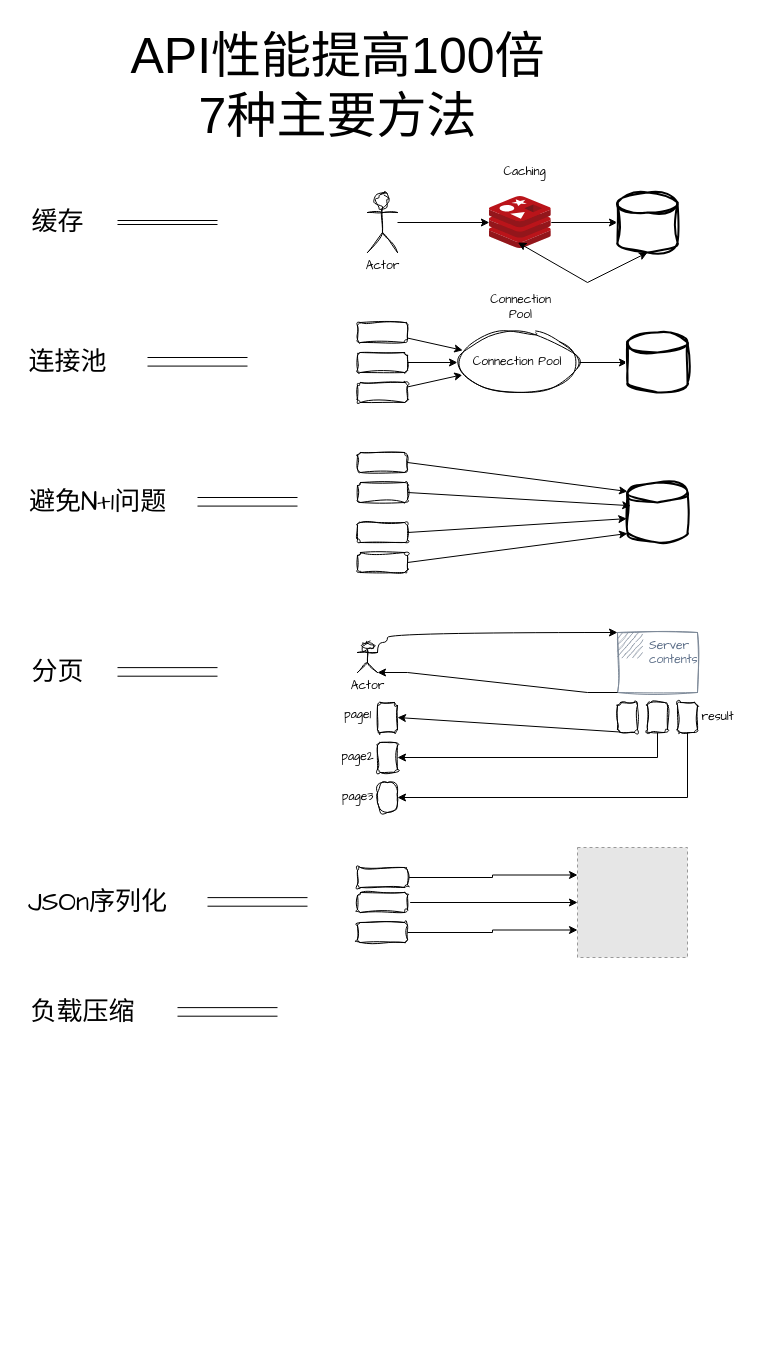
This is image-text/API性能提升100倍_7种主要方法.drawio from Rodert/javapub_oss, a draw.io file, before an edit. Source tidied: cells renumbered, new cells numbered last; positions are measured from the earlier drawing's top-left corner, leaving out a move shared by most shapes. Both pictures are drawn from the tidied source at 100%, with x=0, y=0 at pixel (17, 17). Pictures stored in the file or linked from it are replaced by grey dashed boxes.
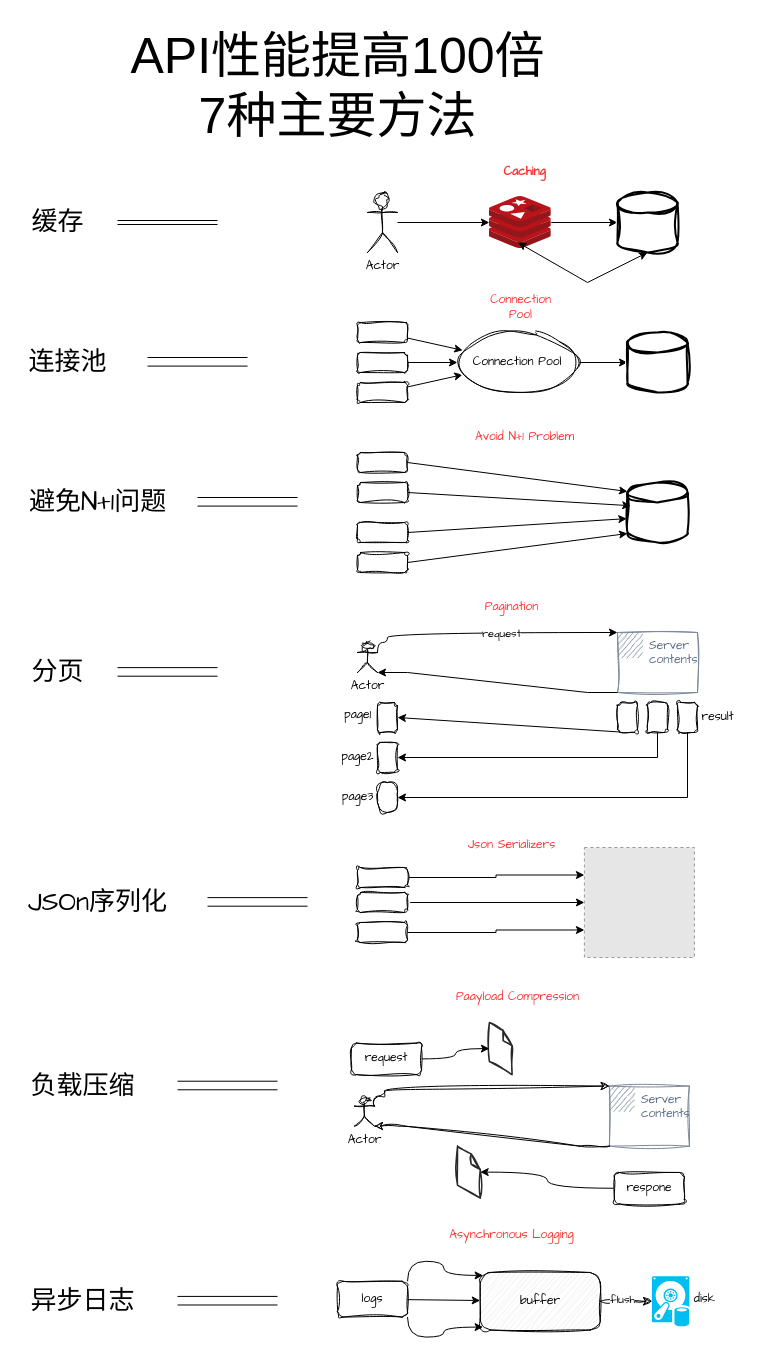
The same diagram, later.

Commit message (it also covers changes not shown here):
更新API性能提升100倍_7种主要方法.drawio

Unchanged cells that the change refers to:
```xml
<mxCell id="37" style="edgeStyle=orthogonalEdgeStyle;rounded=0;hachureGap=4;jettySize=auto;html=1;exitX=1;exitY=0.3333333333333333;exitDx=0;exitDy=0;exitPerimeter=0;entryX=0;entryY=0;entryDx=0;entryDy=0;fontFamily=Architects Daughter;flowAnimation=1;curved=1;" parent="1" edge="1" source="38" target="39">
  <mxGeometry relative="1" as="geometry">
    <Array as="points">
      <mxPoint x="360" y="625" />
      <mxPoint x="370" y="625" />
      <mxPoint x="370" y="615" />
    </Array>
  </mxGeometry>
</mxCell>
```

Diff of the diagram source:
```diff
@@
-    <mxCell id="12" value="Caching" style="text;html=1;align=center;verticalAlign=middle;strokeColor=none;fillColor=none;fontFamily=Architects Daughter;" parent="1" vertex="1">
+    <mxCell id="12" value="&lt;b&gt;&lt;font color=&quot;#ff3333&quot;&gt;Caching&lt;/font&gt;&lt;/b&gt;" style="text;html=1;align=center;verticalAlign=middle;strokeColor=none;fillColor=none;fontFamily=Architects Daughter;" parent="1" vertex="1">
       <mxGeometry x="471.9" y="140" width="70" height="30" as="geometry" />
     </mxCell>
@@
-    <mxCell id="23" value="&lt;span style=&quot;text-wrap-mode: wrap;&quot;&gt;Connection Pool&lt;/span&gt;" style="text;html=1;align=center;verticalAlign=middle;strokeColor=none;fillColor=none;fontFamily=Architects Daughter;" parent="1" vertex="1">
+    <mxCell id="23" value="&lt;span style=&quot;text-wrap-mode: wrap;&quot;&gt;&lt;font color=&quot;#ff3333&quot;&gt;Connection Pool&lt;/font&gt;&lt;/span&gt;" style="text;html=1;align=center;verticalAlign=middle;strokeColor=none;fillColor=none;fontFamily=Architects Daughter;" parent="1" vertex="1">
       <mxGeometry x="447.9" y="275" width="110" height="30" as="geometry" />
     </mxCell>
@@
+    <mxCell id="65" value="request" style="edgeLabel;html=1;align=center;verticalAlign=middle;sketch=1;hachureGap=4;jiggle=2;curveFitting=1;fontFamily=Architects Daughter;" parent="37" vertex="1">
+      <mxGeometry x="0.03" y="-3" relative="1" as="geometry">
+        <mxPoint x="9" y="-3" as="offset" />
+      </mxGeometry>
+    </mxCell>
@@
     <mxCell id="56" style="fillColor=#E6E6E6;strokeColor=#999999;dashed=1;html=1;verticalAlign=top;verticalLabelPosition=bottom;labelBackgroundColor=#ffffff;fontFamily=Architects Daughter;" parent="1" vertex="1">
-      <mxGeometry x="560" y="830" width="110" height="110" as="geometry" />
+      <mxGeometry x="566.9" y="830" width="110" height="110" as="geometry" />
     </mxCell>
@@
     <mxCell id="63" value="&lt;span style=&quot;font-size: 26px;&quot;&gt;负载压缩&lt;/span&gt;" style="text;html=1;align=center;verticalAlign=middle;strokeColor=none;fillColor=none;fontFamily=Architects Daughter;sketch=1;curveFitting=1;jiggle=2;" parent="1" vertex="1">
-      <mxGeometry y="975" width="130" height="40" as="geometry" />
+      <mxGeometry y="1048.6" width="130" height="40" as="geometry" />
     </mxCell>
     <mxCell id="64" style="shape=link;html=1;rounded=0;hachureGap=4;fontFamily=Architects Daughter;flowAnimation=1;width=8.571428571428573;" parent="1" edge="1">
       <mxGeometry relative="1" as="geometry">
-        <mxPoint x="160" y="994.4" as="sourcePoint" />
-        <mxPoint x="260" y="994.4" as="targetPoint" />
+        <mxPoint x="160" y="1068" as="sourcePoint" />
+        <mxPoint x="260" y="1068" as="targetPoint" />
       </mxGeometry>
     </mxCell>
+    <mxCell id="66" style="verticalLabelPosition=bottom;html=1;verticalAlign=top;strokeWidth=1;align=center;outlineConnect=0;dashed=0;outlineConnect=0;shape=mxgraph.aws3d.file;strokeColor=#292929;sketch=1;hachureGap=4;jiggle=2;curveFitting=1;fontFamily=Architects Daughter;" parent="1" vertex="1">
+      <mxGeometry x="471.9" y="1005" width="22.7" height="52.1" as="geometry" />
+    </mxCell>
+    <mxCell id="67" style="edgeStyle=orthogonalEdgeStyle;rounded=0;hachureGap=4;jettySize=auto;html=1;exitX=1;exitY=0.3333333333333333;exitDx=0;exitDy=0;exitPerimeter=0;entryX=0;entryY=0;entryDx=0;entryDy=0;fontFamily=Architects Daughter;flowAnimation=0;curved=1;sketch=1;curveFitting=1;jiggle=2;" parent="1" edge="1" source="68" target="69">
+      <mxGeometry relative="1" as="geometry">
+        <Array as="points">
+          <mxPoint x="356.9" y="1078.6" />
+          <mxPoint x="366.9" y="1078.6" />
+          <mxPoint x="366.9" y="1068.6" />
+        </Array>
+      </mxGeometry>
+    </mxCell>
+    <mxCell id="68" value="Actor" style="shape=umlActor;verticalLabelPosition=bottom;verticalAlign=top;html=1;outlineConnect=0;sketch=1;hachureGap=4;jiggle=2;curveFitting=1;fontFamily=Architects Daughter;" parent="1" vertex="1">
+      <mxGeometry x="336.9" y="1078.6" width="20" height="30" as="geometry" />
+    </mxCell>
+    <mxCell id="69" value="Server contents" style="points=[[0,0],[0.25,0],[0.5,0],[0.75,0],[1,0],[1,0.25],[1,0.5],[1,0.75],[1,1],[0.75,1],[0.5,1],[0.25,1],[0,1],[0,0.75],[0,0.5],[0,0.25]];outlineConnect=0;gradientColor=none;html=1;whiteSpace=wrap;fontSize=12;fontStyle=0;shape=mxgraph.aws4.group;grIcon=mxgraph.aws4.group_on_premise;strokeColor=#7D8998;fillColor=none;verticalAlign=top;align=left;spacingLeft=30;fontColor=#5A6C86;dashed=0;sketch=1;hachureGap=4;jiggle=2;curveFitting=1;fontFamily=Architects Daughter;" parent="1" vertex="1">
+      <mxGeometry x="591.9" y="1068.6" width="80" height="60" as="geometry" />
+    </mxCell>
+    <mxCell id="70" style="rounded=0;hachureGap=4;jettySize=auto;html=1;exitX=0;exitY=1;exitDx=0;exitDy=0;entryX=1;entryY=1;entryDx=0;entryDy=0;entryPerimeter=0;fontFamily=Architects Daughter;flowAnimation=0;edgeStyle=entityRelationEdgeStyle;sketch=1;curveFitting=1;jiggle=2;" parent="1" edge="1" source="69" target="68">
+      <mxGeometry relative="1" as="geometry" />
+    </mxCell>
+    <mxCell id="71" style="edgeStyle=orthogonalEdgeStyle;rounded=0;hachureGap=4;jettySize=auto;html=1;fontFamily=Architects Daughter;curved=1;flowAnimation=1;" parent="1" edge="1" source="72" target="66">
+      <mxGeometry relative="1" as="geometry" />
+    </mxCell>
+    <mxCell id="72" value="request" style="rounded=1;whiteSpace=wrap;html=1;sketch=1;hachureGap=4;jiggle=2;curveFitting=1;fontFamily=Architects Daughter;" parent="1" vertex="1">
+      <mxGeometry x="334" y="1025.6" width="70" height="31.5" as="geometry" />
+    </mxCell>
+    <mxCell id="73" style="edgeStyle=orthogonalEdgeStyle;rounded=0;hachureGap=4;jettySize=auto;html=1;exitX=0;exitY=0.5;exitDx=0;exitDy=0;fontFamily=Architects Daughter;curved=1;flowAnimation=1;" parent="1" edge="1" source="74" target="75">
+      <mxGeometry relative="1" as="geometry" />
+    </mxCell>
+    <mxCell id="74" value="respone" style="rounded=1;whiteSpace=wrap;html=1;sketch=1;hachureGap=4;jiggle=2;curveFitting=1;fontFamily=Architects Daughter;" parent="1" vertex="1">
+      <mxGeometry x="596.9" y="1155" width="70" height="31.5" as="geometry" />
+    </mxCell>
+    <mxCell id="75" style="verticalLabelPosition=bottom;html=1;verticalAlign=top;strokeWidth=1;align=center;outlineConnect=0;dashed=0;outlineConnect=0;shape=mxgraph.aws3d.file;strokeColor=#292929;sketch=1;hachureGap=4;jiggle=2;curveFitting=1;fontFamily=Architects Daughter;" parent="1" vertex="1">
+      <mxGeometry x="440" y="1128.6" width="22.7" height="52.1" as="geometry" />
+    </mxCell>
+    <mxCell id="76" value="&lt;span style=&quot;font-size: 26px;&quot;&gt;异步日志&lt;/span&gt;" style="text;html=1;align=center;verticalAlign=middle;strokeColor=none;fillColor=none;fontFamily=Architects Daughter;sketch=1;curveFitting=1;jiggle=2;" parent="1" vertex="1">
+      <mxGeometry y="1263.8" width="130" height="40" as="geometry" />
+    </mxCell>
+    <mxCell id="77" style="shape=link;html=1;rounded=0;hachureGap=4;fontFamily=Architects Daughter;flowAnimation=1;width=8.571428571428573;" parent="1" edge="1">
+      <mxGeometry relative="1" as="geometry">
+        <mxPoint x="160" y="1283.2" as="sourcePoint" />
+        <mxPoint x="260" y="1283.2" as="targetPoint" />
+      </mxGeometry>
+    </mxCell>
+    <mxCell id="78" style="rounded=0;hachureGap=4;jettySize=auto;html=1;fontFamily=Architects Daughter;flowAnimation=1;" parent="1" edge="1" source="79" target="82">
+      <mxGeometry relative="1" as="geometry" />
+    </mxCell>
+    <mxCell id="79" value="logs" style="rounded=1;whiteSpace=wrap;html=1;sketch=1;hachureGap=4;jiggle=2;curveFitting=1;fontFamily=Architects Daughter;" parent="1" vertex="1">
+      <mxGeometry x="320" y="1263.8" width="70" height="35.8" as="geometry" />
+    </mxCell>
+    <mxCell id="80" style="edgeStyle=orthogonalEdgeStyle;rounded=0;sketch=1;hachureGap=4;jiggle=2;curveFitting=1;jettySize=auto;html=1;fontFamily=Architects Daughter;" parent="1" edge="1" source="82" target="83">
+      <mxGeometry relative="1" as="geometry" />
+    </mxCell>
+    <mxCell id="81" value="flush" style="edgeLabel;html=1;align=center;verticalAlign=middle;sketch=1;hachureGap=4;jiggle=2;curveFitting=1;fontFamily=Architects Daughter;" parent="80" vertex="1">
+      <mxGeometry x="-0.12" y="2" relative="1" as="geometry">
+        <mxPoint x="-1" as="offset" />
+      </mxGeometry>
+    </mxCell>
+    <mxCell id="82" value="buffer" style="html=1;outlineConnect=0;whiteSpace=wrap;fillColor=#EBEBEB;shape=mxgraph.archimate3.application;appType=generic;archiType=rounded;sketch=1;hachureGap=4;jiggle=2;curveFitting=1;fontFamily=Architects Daughter;" parent="1" vertex="1">
+      <mxGeometry x="462.7" y="1255" width="120" height="57.5" as="geometry" />
+    </mxCell>
+    <mxCell id="83" style="verticalLabelPosition=bottom;html=1;verticalAlign=top;align=center;strokeColor=none;fillColor=#00BEF2;shape=mxgraph.azure.vhd_data_disk;hachureGap=4;fontFamily=Architects Daughter;" parent="1" vertex="1">
+      <mxGeometry x="634.4" y="1258.8" width="37.5" height="50" as="geometry" />
+    </mxCell>
+    <mxCell id="84" style="rounded=0;hachureGap=4;jettySize=auto;html=1;exitX=1;exitY=0;exitDx=0;exitDy=0;entryX=0;entryY=0;entryDx=2.9;entryDy=2.9;entryPerimeter=0;fontFamily=Architects Daughter;flowAnimation=1;edgeStyle=orthogonalEdgeStyle;curved=1;" parent="1" edge="1" source="79" target="82">
+      <mxGeometry relative="1" as="geometry" />
+    </mxCell>
+    <mxCell id="85" style="edgeStyle=orthogonalEdgeStyle;rounded=0;hachureGap=4;jettySize=auto;html=1;exitX=1;exitY=1;exitDx=0;exitDy=0;entryX=0;entryY=1;entryDx=2.9;entryDy=-2.9;entryPerimeter=0;fontFamily=Architects Daughter;flowAnimation=1;curved=1;" parent="1" edge="1" source="79" target="82">
+      <mxGeometry relative="1" as="geometry" />
+    </mxCell>
+    <mxCell id="86" value="disk" style="text;html=1;align=center;verticalAlign=middle;strokeColor=none;fillColor=none;fontFamily=Architects Daughter;" parent="1" vertex="1">
+      <mxGeometry x="666.9" y="1266.6" width="40" height="30" as="geometry" />
+    </mxCell>
+    <mxCell id="87" value="&lt;font color=&quot;#ff3333&quot;&gt;Avoid N+1 Problem&lt;/font&gt;" style="text;html=1;align=center;verticalAlign=middle;strokeColor=none;fillColor=none;fontFamily=Architects Daughter;" parent="1" vertex="1">
+      <mxGeometry x="446.9" y="405" width="120" height="30" as="geometry" />
+    </mxCell>
+    <mxCell id="88" value="&lt;font color=&quot;#ff3333&quot;&gt;Pagination&lt;/font&gt;" style="text;html=1;align=center;verticalAlign=middle;strokeColor=none;fillColor=none;fontFamily=Architects Daughter;" parent="1" vertex="1">
+      <mxGeometry x="453.8" y="575" width="80" height="30" as="geometry" />
+    </mxCell>
+    <mxCell id="89" value="&lt;font color=&quot;#ff3333&quot;&gt;Json Serializers&lt;/font&gt;" style="text;html=1;align=center;verticalAlign=middle;strokeColor=none;fillColor=none;fontFamily=Architects Daughter;" parent="1" vertex="1">
+      <mxGeometry x="438.8" y="813" width="110" height="30" as="geometry" />
+    </mxCell>
+    <mxCell id="90" value="&lt;font color=&quot;#ff3333&quot;&gt;Paayload Compression&lt;/font&gt;" style="text;html=1;align=center;verticalAlign=middle;strokeColor=none;fillColor=none;fontFamily=Architects Daughter;" parent="1" vertex="1">
+      <mxGeometry x="425" y="965" width="150" height="30" as="geometry" />
+    </mxCell>
+    <mxCell id="91" value="&lt;font color=&quot;#ff3333&quot;&gt;Asynchronous Logging&lt;/font&gt;" style="text;html=1;align=center;verticalAlign=middle;strokeColor=none;fillColor=none;fontFamily=Architects Daughter;" parent="1" vertex="1">
+      <mxGeometry x="418.8" y="1203" width="150" height="30" as="geometry" />
+    </mxCell>
```
